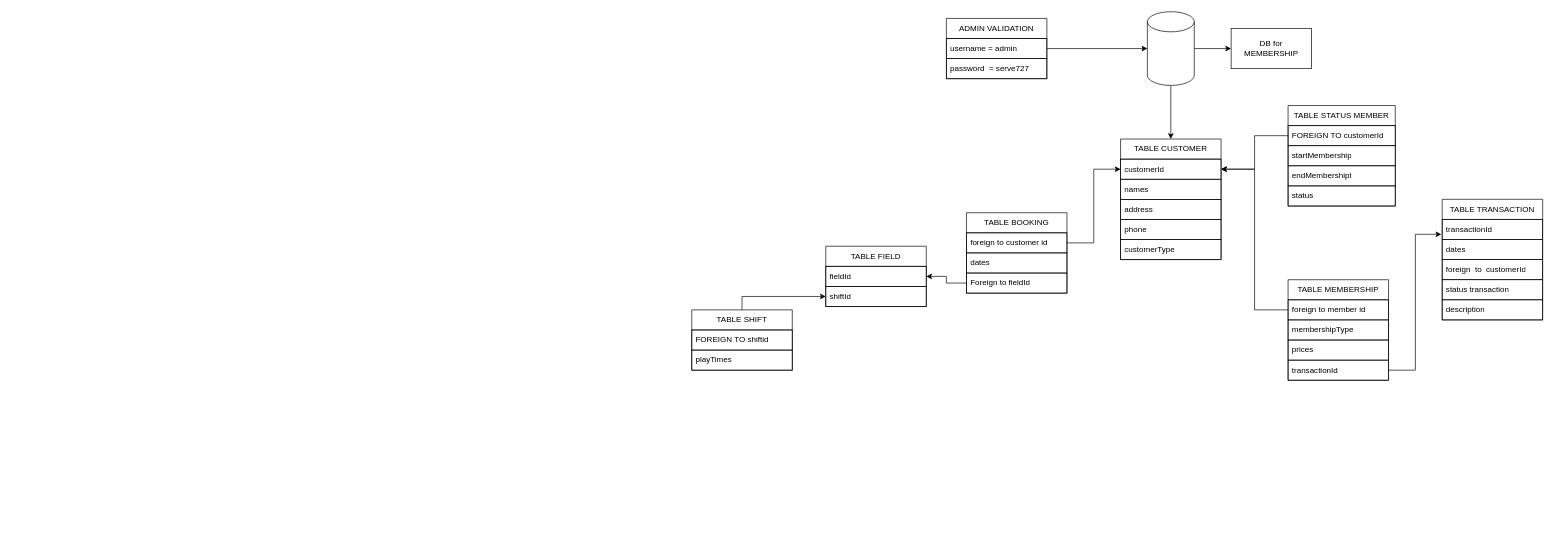
Above: subjects/Untitled Diagram.drawio in azzaky9/middlewares-flowcharts (draw.io), before the change. Source tidied: cells renumbered, new cells numbered last; positions are measured from the earlier drawing's top-left corner, leaving out a move shared by most shapes. Both pictures are drawn from the tidied source at 67%, with x=0, y=0 at pixel (691, 11).
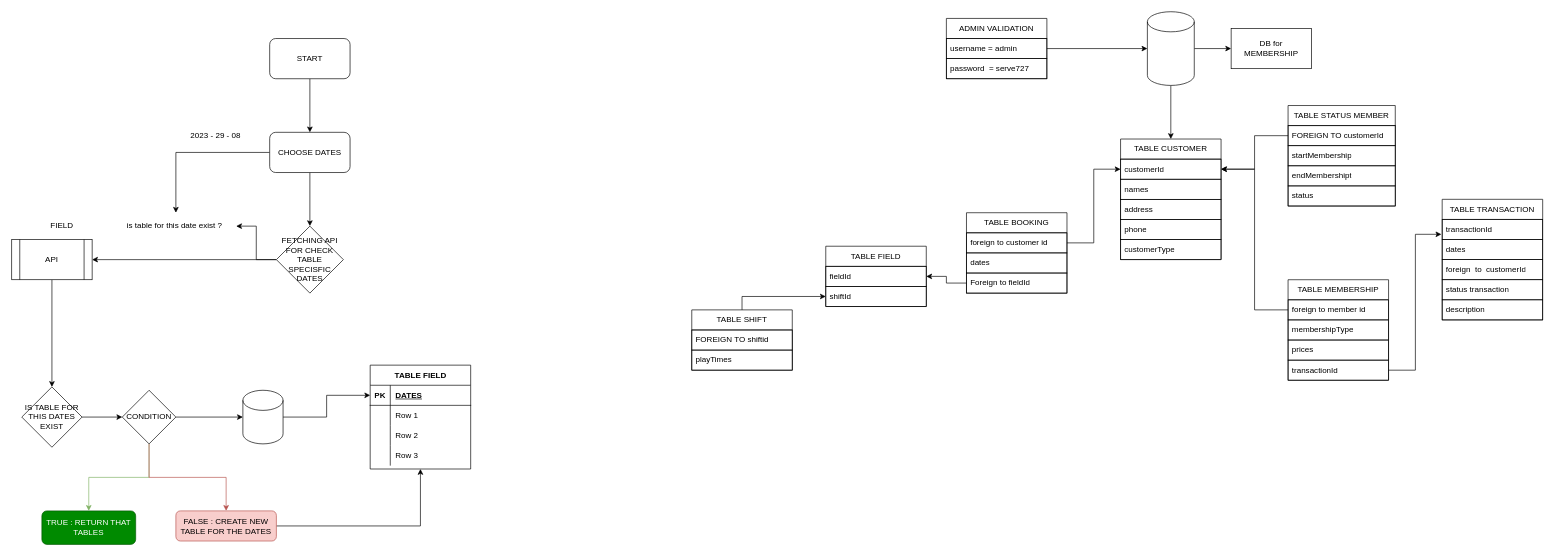
The same diagram, later.

The edit, as a diff of the source:
```diff
@@
+    <mxCell id="48" style="edgeStyle=orthogonalEdgeStyle;rounded=0;jettySize=auto;html=1;" parent="1" edge="1" source="49" target="52">
+      <mxGeometry relative="1" as="geometry" />
+    </mxCell>
+    <mxCell id="49" value="START" style="rounded=1;whiteSpace=wrap;html=1;" parent="1" vertex="1">
+      <mxGeometry x="-630" y="40" width="120" height="60" as="geometry" />
+    </mxCell>
+    <mxCell id="50" style="edgeStyle=orthogonalEdgeStyle;rounded=0;jettySize=auto;html=1;" parent="1" edge="1" source="52" target="55">
+      <mxGeometry relative="1" as="geometry" />
+    </mxCell>
+    <mxCell id="51" style="edgeStyle=orthogonalEdgeStyle;rounded=0;jettySize=auto;html=1;" parent="1" edge="1" source="52" target="56">
+      <mxGeometry relative="1" as="geometry" />
+    </mxCell>
+    <mxCell id="52" value="CHOOSE DATES" style="rounded=1;whiteSpace=wrap;html=1;" parent="1" vertex="1">
+      <mxGeometry x="-630" y="180" width="120" height="60" as="geometry" />
+    </mxCell>
+    <mxCell id="53" style="edgeStyle=orthogonalEdgeStyle;rounded=0;jettySize=auto;html=1;" parent="1" edge="1" source="55" target="56">
+      <mxGeometry relative="1" as="geometry" />
+    </mxCell>
+    <mxCell id="54" style="edgeStyle=orthogonalEdgeStyle;rounded=0;jettySize=auto;html=1;" parent="1" edge="1" source="55" target="58">
+      <mxGeometry relative="1" as="geometry" />
+    </mxCell>
+    <mxCell id="55" value="FETCHING API FOR CHECK TABLE SPECISFIC DATES" style="rhombus;whiteSpace=wrap;html=1;" parent="1" vertex="1">
+      <mxGeometry x="-620" y="320" width="100" height="100" as="geometry" />
+    </mxCell>
+    <mxCell id="56" value="is table for this date exist ?&amp;nbsp;" style="text;html=1;strokeColor=none;fillColor=none;align=center;verticalAlign=middle;whiteSpace=wrap;rounded=0;" parent="1" vertex="1">
+      <mxGeometry x="-860" y="300" width="180" height="40" as="geometry" />
+    </mxCell>
+    <mxCell id="57" style="edgeStyle=orthogonalEdgeStyle;rounded=0;jettySize=auto;html=1;" parent="1" edge="1" source="58" target="62">
+      <mxGeometry relative="1" as="geometry" />
+    </mxCell>
+    <mxCell id="58" value="API" style="shape=process;whiteSpace=wrap;html=1;backgroundOutline=1;" parent="1" vertex="1">
+      <mxGeometry x="-1015" y="340" width="120" height="60" as="geometry" />
+    </mxCell>
+    <mxCell id="59" value="FIELD" style="text;html=1;strokeColor=none;fillColor=none;align=center;verticalAlign=middle;whiteSpace=wrap;rounded=0;" parent="1" vertex="1">
+      <mxGeometry x="-970" y="305" width="60" height="30" as="geometry" />
+    </mxCell>
+    <mxCell id="60" value="2023 - 29 - 08" style="text;html=1;strokeColor=none;fillColor=none;align=center;verticalAlign=middle;whiteSpace=wrap;rounded=0;" parent="1" vertex="1">
+      <mxGeometry x="-770" y="170" width="119" height="30" as="geometry" />
+    </mxCell>
+    <mxCell id="61" style="edgeStyle=orthogonalEdgeStyle;rounded=0;jettySize=auto;html=1;" parent="1" edge="1" source="62" target="81">
+      <mxGeometry relative="1" as="geometry" />
+    </mxCell>
+    <mxCell id="62" value="IS TABLE FOR THIS DATES EXIST" style="rhombus;whiteSpace=wrap;html=1;" parent="1" vertex="1">
+      <mxGeometry x="-1000" y="560" width="90" height="90" as="geometry" />
+    </mxCell>
+    <mxCell id="63" style="edgeStyle=orthogonalEdgeStyle;rounded=0;jettySize=auto;html=1;" parent="1" edge="1" source="64" target="66">
+      <mxGeometry relative="1" as="geometry" />
+    </mxCell>
+    <mxCell id="64" style="shape=cylinder3;whiteSpace=wrap;html=1;boundedLbl=1;backgroundOutline=1;size=15;" parent="1" vertex="1">
+      <mxGeometry x="-670" y="565" width="60" height="80" as="geometry" />
+    </mxCell>
+    <mxCell id="65" value="TABLE FIELD" style="shape=table;startSize=30;childLayout=tableLayout;rowLines=0;fontStyle=1;align=center;html=1;" parent="1" vertex="1">
+      <mxGeometry x="-480" y="527.5" width="150" height="155" as="geometry" />
+    </mxCell>
+    <mxCell id="66" style="shape=tableRow;horizontal=0;startSize=0;swimlaneHead=0;swimlaneBody=0;fillColor=none;points=[[0,0.5],[1,0.5]];portConstraint=eastwest;top=0;left=0;right=0;bottom=1;" parent="65" vertex="1">
+      <mxGeometry y="30" width="150" height="30" as="geometry" />
+    </mxCell>
+    <mxCell id="67" value="PK" style="shape=partialRectangle;fillColor=none;top=0;left=0;bottom=0;right=0;fontStyle=1;overflow=hidden;whiteSpace=wrap;html=1;" parent="66" vertex="1">
+      <mxGeometry width="30" height="30" as="geometry" />
+    </mxCell>
+    <mxCell id="68" value="DATES" style="shape=partialRectangle;fillColor=none;top=0;left=0;bottom=0;right=0;align=left;spacingLeft=6;fontStyle=5;overflow=hidden;whiteSpace=wrap;html=1;" parent="66" vertex="1">
+      <mxGeometry x="30" width="120" height="30" as="geometry" />
+    </mxCell>
+    <mxCell id="69" style="shape=tableRow;horizontal=0;startSize=0;swimlaneHead=0;swimlaneBody=0;fillColor=none;top=0;left=0;right=0;bottom=0;" parent="65" vertex="1">
+      <mxGeometry y="60" width="150" height="30" as="geometry" />
+    </mxCell>
+    <mxCell id="70" style="shape=partialRectangle;fillColor=none;top=0;left=0;bottom=0;right=0;overflow=hidden;whiteSpace=wrap;html=1;" parent="69" vertex="1">
+      <mxGeometry width="30" height="30" as="geometry" />
+    </mxCell>
+    <mxCell id="71" value="Row 1" style="shape=partialRectangle;fillColor=none;top=0;left=0;bottom=0;right=0;align=left;spacingLeft=6;overflow=hidden;whiteSpace=wrap;html=1;" parent="69" vertex="1">
+      <mxGeometry x="30" width="120" height="30" as="geometry" />
+    </mxCell>
+    <mxCell id="72" style="shape=tableRow;horizontal=0;startSize=0;swimlaneHead=0;swimlaneBody=0;fillColor=none;top=0;left=0;right=0;bottom=0;" parent="65" vertex="1">
+      <mxGeometry y="90" width="150" height="30" as="geometry" />
+    </mxCell>
+    <mxCell id="73" style="shape=partialRectangle;fillColor=none;top=0;left=0;bottom=0;right=0;overflow=hidden;whiteSpace=wrap;html=1;" parent="72" vertex="1">
+      <mxGeometry width="30" height="30" as="geometry" />
+    </mxCell>
+    <mxCell id="74" value="Row 2" style="shape=partialRectangle;fillColor=none;top=0;left=0;bottom=0;right=0;align=left;spacingLeft=6;overflow=hidden;whiteSpace=wrap;html=1;" parent="72" vertex="1">
+      <mxGeometry x="30" width="120" height="30" as="geometry" />
+    </mxCell>
+    <mxCell id="75" style="shape=tableRow;horizontal=0;startSize=0;swimlaneHead=0;swimlaneBody=0;fillColor=none;top=0;left=0;right=0;bottom=0;" parent="65" vertex="1">
+      <mxGeometry y="120" width="150" height="30" as="geometry" />
+    </mxCell>
+    <mxCell id="76" style="shape=partialRectangle;fillColor=none;top=0;left=0;bottom=0;right=0;overflow=hidden;whiteSpace=wrap;html=1;" parent="75" vertex="1">
+      <mxGeometry width="30" height="30" as="geometry" />
+    </mxCell>
+    <mxCell id="77" value="Row 3" style="shape=partialRectangle;fillColor=none;top=0;left=0;bottom=0;right=0;align=left;spacingLeft=6;overflow=hidden;whiteSpace=wrap;html=1;" parent="75" vertex="1">
+      <mxGeometry x="30" width="120" height="30" as="geometry" />
+    </mxCell>
+    <mxCell id="78" style="edgeStyle=orthogonalEdgeStyle;rounded=0;jettySize=auto;html=1;" parent="1" edge="1" source="81" target="64">
+      <mxGeometry relative="1" as="geometry" />
+    </mxCell>
+    <mxCell id="79" style="edgeStyle=orthogonalEdgeStyle;rounded=0;jettySize=auto;html=1;fillColor=#d5e8d4;strokeColor=#82b366;" parent="1" edge="1" source="81" target="82">
+      <mxGeometry relative="1" as="geometry" />
+    </mxCell>
+    <mxCell id="80" style="edgeStyle=orthogonalEdgeStyle;rounded=0;jettySize=auto;html=1;entryX=0.5;entryY=0;entryDx=0;entryDy=0;fillColor=#f8cecc;strokeColor=#b85450;" parent="1" edge="1" source="81" target="84">
+      <mxGeometry relative="1" as="geometry" />
+    </mxCell>
+    <mxCell id="81" value="CONDITION" style="rhombus;whiteSpace=wrap;html=1;" parent="1" vertex="1">
+      <mxGeometry x="-850" y="565" width="80" height="80" as="geometry" />
+    </mxCell>
+    <mxCell id="82" value="TRUE : RETURN THAT TABLES" style="rounded=1;whiteSpace=wrap;html=1;fillColor=#008a00;fontColor=#ffffff;strokeColor=#005700;" parent="1" vertex="1">
+      <mxGeometry x="-970" y="745" width="140" height="50" as="geometry" />
+    </mxCell>
+    <mxCell id="83" style="edgeStyle=orthogonalEdgeStyle;rounded=0;jettySize=auto;html=1;entryX=0.5;entryY=1;entryDx=0;entryDy=0;" parent="1" edge="1" source="84" target="65">
+      <mxGeometry relative="1" as="geometry" />
+    </mxCell>
+    <mxCell id="84" value="FALSE : CREATE NEW TABLE FOR THE DATES" style="rounded=1;whiteSpace=wrap;html=1;fillColor=#f8cecc;strokeColor=#b85450;" parent="1" vertex="1">
+      <mxGeometry x="-770" y="745" width="150" height="45" as="geometry" />
+    </mxCell>
```
